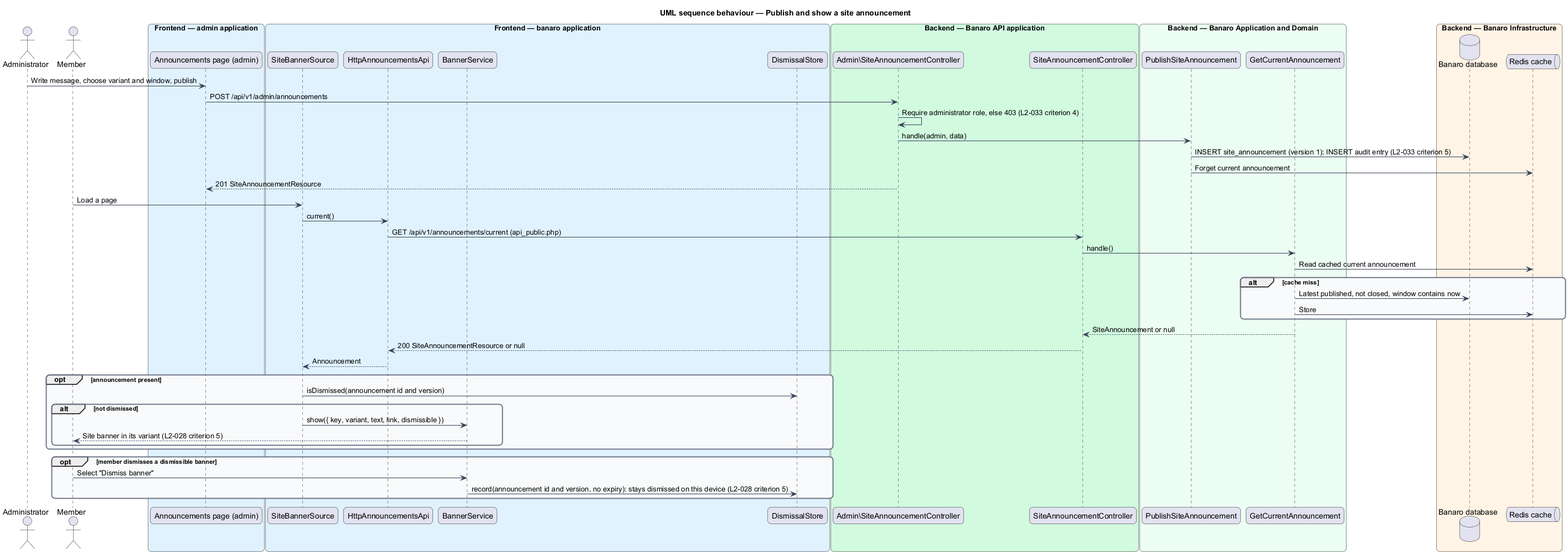
Above: docs/detailed-designs/notifications/system-notifications/diagrams/sequence-site-announcement.png in QuinntyneBrown/banaro (PlantUML), before the change. Its diagram source:
```plantuml
@startuml
title UML sequence behaviour — Publish and show a site announcement
skinparam backgroundColor #FFFFFF
skinparam shadowing false
skinparam roundcorner 12
skinparam defaultFontName Arial
skinparam ArrowColor #344054
skinparam rectangle {
  BorderColor #344054
  FontColor #101828
}
skinparam package {
  BorderColor #667085
  FontColor #101828
  BackgroundColor #F9FAFB
}
actor "Administrator" as admin
actor "Member" as actor
box "Frontend — admin application" #E0F2FE
  participant "Announcements page (admin)" as adminpage
end box
box "Frontend — banaro application" #E0F2FE
  participant "SiteBannerSource" as source
  participant "HttpAnnouncementsApi" as client
  participant "BannerService" as svc
  participant "DismissalStore" as store
end box
box "Backend — Banaro API application" #D1FADF
  participant "Admin\\SiteAnnouncementController" as adminctrl
  participant "SiteAnnouncementController" as ctrl
end box
box "Backend — Banaro Application and Domain" #ECFDF3
  participant "PublishSiteAnnouncement" as publish
  participant "GetCurrentAnnouncement" as current
end box
box "Backend — Banaro Infrastructure" #FFF4E5
  database "Banaro database" as db
  queue "Redis cache" as cache
end box

admin -> adminpage : Write message, choose variant and window, publish
adminpage -> adminctrl : POST /api/v1/admin/announcements
adminctrl -> adminctrl : Require administrator role, else 403 (L2-033 criterion 4)
adminctrl -> publish : handle(admin, data)
publish -> db : INSERT site_announcement (version 1); INSERT audit entry (L2-033 criterion 5)
publish -> cache : Forget current announcement
adminctrl --> adminpage : 201 SiteAnnouncementResource

actor -> source : Load a page
source -> client : current()
client -> ctrl : GET /api/v1/announcements/current (api_public.php)
ctrl -> current : handle()
current -> cache : Read cached current announcement
alt cache miss
  current -> db : Latest published, not closed, window contains now
  current -> cache : Store
end
current --> ctrl : SiteAnnouncement or null
ctrl --> client : 200 SiteAnnouncementResource or null
client --> source : Announcement
opt announcement present
  source -> store : isDismissed(announcement id and version)
  alt not dismissed
    source -> svc : show({ key, variant, text, link, dismissible })
    svc --> actor : Site banner in its variant (L2-028 criterion 5)
  end
end
opt member dismisses a dismissible banner
  actor -> svc : Select "Dismiss banner"
  svc -> store : record(announcement id and version, no expiry): stays dismissed on this device (L2-028 criterion 5)
end
@enduml
```
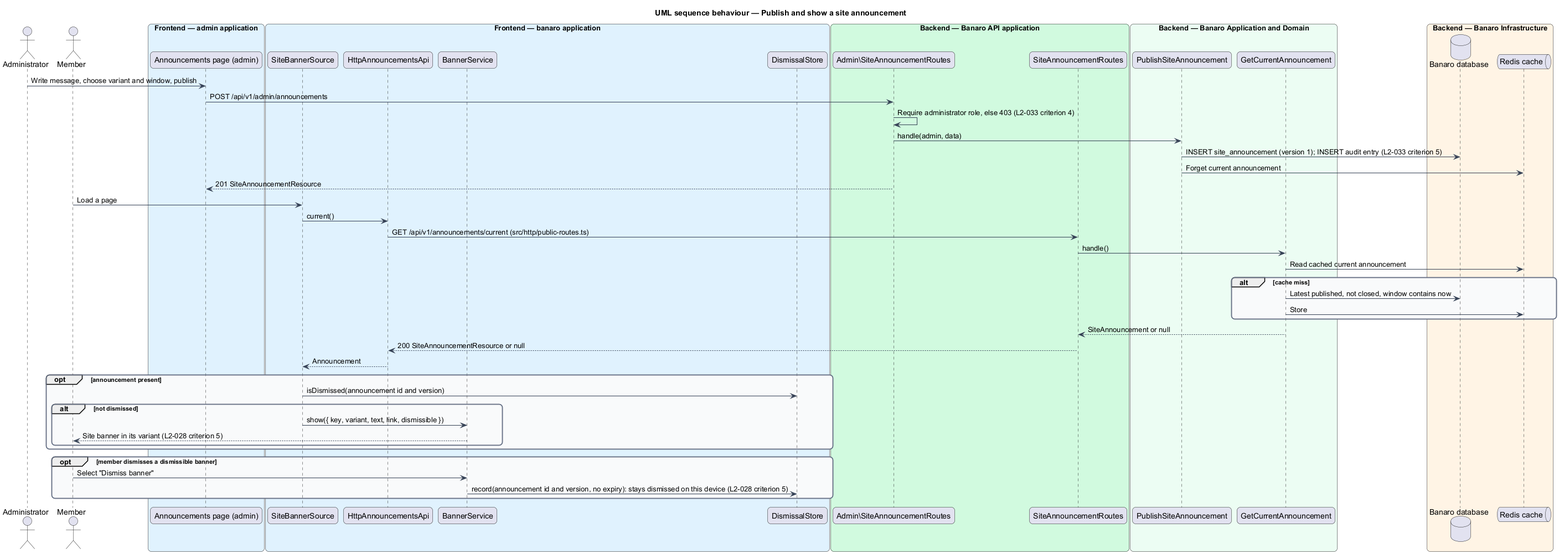
Later version of the same file.

Diff of the diagram source:
```diff
@@ -26,8 +26,8 @@
   participant "DismissalStore" as store
 end box
 box "Backend — Banaro API application" #D1FADF
-  participant "Admin\\SiteAnnouncementController" as adminctrl
-  participant "SiteAnnouncementController" as ctrl
+  participant "Admin\\SiteAnnouncementRoutes" as adminctrl
+  participant "SiteAnnouncementRoutes" as ctrl
 end box
 box "Backend — Banaro Application and Domain" #ECFDF3
   participant "PublishSiteAnnouncement" as publish
@@ -48,7 +48,7 @@
 
 actor -> source : Load a page
 source -> client : current()
-client -> ctrl : GET /api/v1/announcements/current (api_public.php)
+client -> ctrl : GET /api/v1/announcements/current (src/http/public-routes.ts)
 ctrl -> current : handle()
 current -> cache : Read cached current announcement
 alt cache miss
```
